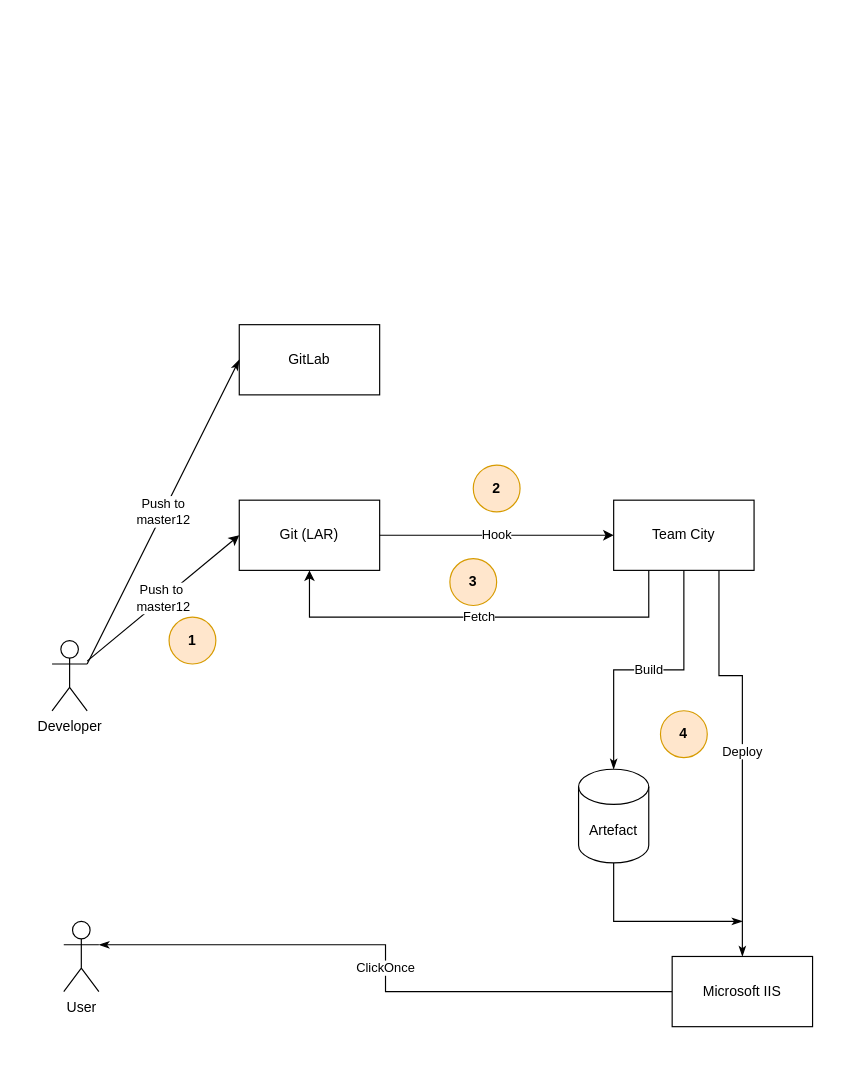
The draw.io diagram TSFM-build-deploy.drawio in MaxGaranin/Diagrams, before the edit. Source tidied: cells renumbered, new cells numbered last; positions are measured from the earlier drawing's top-left corner, leaving out a move shared by most shapes. Both pictures are drawn from the tidied source at 117%, with x=0, y=0 at pixel (51, 324).
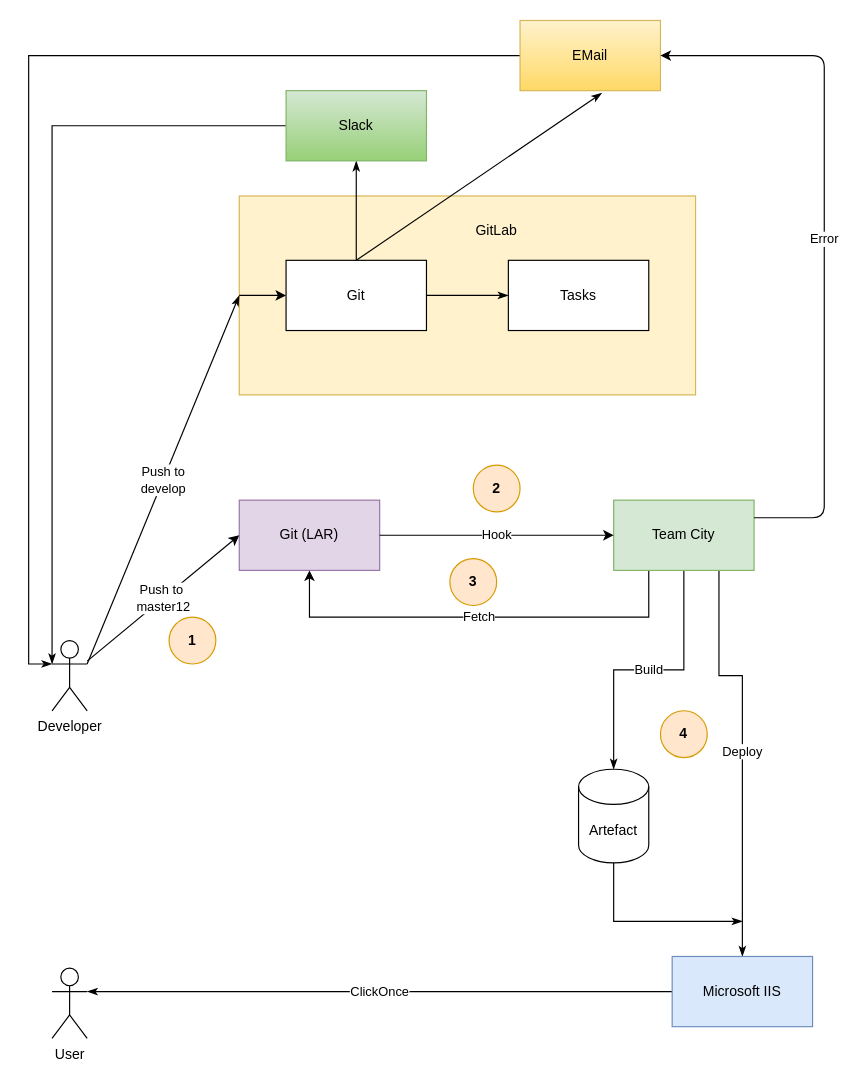
Above is the later version.

Unchanged cells that the change refers to:
```xml
<mxCell id="10" value="Developer" style="shape=umlActor;verticalLabelPosition=bottom;verticalAlign=top;html=1;outlineConnect=0;" parent="1" vertex="1">
  <mxGeometry y="270" width="30" height="60" as="geometry" />
</mxCell>
```

The edit, as a diff of the source:
```diff
@@
-    <mxCell id="2" value="Git (LAR)" style="rounded=0;whiteSpace=wrap;html=1;" parent="1" vertex="1">
+    <mxCell id="2" value="Git (LAR)" style="rounded=0;whiteSpace=wrap;html=1;fillColor=#e1d5e7;strokeColor=#9673a6;" parent="1" vertex="1">
       <mxGeometry x="160" y="150" width="120" height="60" as="geometry" />
     </mxCell>
@@
-    <mxCell id="6" value="Team City" style="rounded=0;whiteSpace=wrap;html=1;" parent="1" vertex="1">
+    <mxCell id="6" value="Team City" style="rounded=0;whiteSpace=wrap;html=1;fillColor=#d5e8d4;strokeColor=#82b366;" parent="1" vertex="1">
       <mxGeometry x="480" y="150" width="120" height="60" as="geometry" />
     </mxCell>
@@
+    <mxCell id="21" style="edgeStyle=none;rounded=0;jettySize=auto;html=1;exitX=0;exitY=0.5;exitDx=0;exitDy=0;entryX=0;entryY=0.5;entryDx=0;entryDy=0;startArrow=none;startFill=0;endArrow=classicThin;endFill=1;" parent="1" edge="1" source="8" target="25">
+      <mxGeometry relative="1" as="geometry" />
+    </mxCell>
-    <mxCell id="8" value="GitLab" style="rounded=0;whiteSpace=wrap;html=1;" parent="1" vertex="1">
-      <mxGeometry x="160" width="120" height="60" as="geometry" />
+    <mxCell id="8" style="rounded=0;whiteSpace=wrap;html=1;fillColor=#fff2cc;strokeColor=#d6b656;" parent="1" vertex="1">
+      <mxGeometry x="160" y="-110" width="390" height="170" as="geometry" />
     </mxCell>
-    <mxCell id="9" value="Push to&lt;br&gt;master12" style="rounded=0;jettySize=auto;html=1;entryX=0;entryY=0.5;entryDx=0;entryDy=0;startArrow=none;startFill=0;endArrow=classicThin;endFill=1;exitX=1;exitY=0.3333333333333333;exitDx=0;exitDy=0;exitPerimeter=0;" parent="1" edge="1" source="10" target="8">
+    <mxCell id="9" value="Push to&lt;br&gt;develop" style="rounded=0;jettySize=auto;html=1;entryX=0;entryY=0.5;entryDx=0;entryDy=0;startArrow=none;startFill=0;endArrow=classicThin;endFill=1;exitX=1;exitY=0.3333333333333333;exitDx=0;exitDy=0;exitPerimeter=0;" parent="1" edge="1" source="10" target="8">
       <mxGeometry relative="1" as="geometry" />
     </mxCell>
@@
-    <mxCell id="18" value="Microsoft IIS" style="rounded=0;whiteSpace=wrap;html=1;" parent="1" vertex="1">
+    <mxCell id="18" value="Microsoft IIS" style="rounded=0;whiteSpace=wrap;html=1;fillColor=#dae8fc;strokeColor=#6c8ebf;" parent="1" vertex="1">
       <mxGeometry x="530" y="540" width="120" height="60" as="geometry" />
     </mxCell>
@@
     <mxCell id="20" value="User" style="shape=umlActor;verticalLabelPosition=bottom;verticalAlign=top;html=1;outlineConnect=0;" parent="1" vertex="1">
-      <mxGeometry x="10" y="510" width="30" height="60" as="geometry" />
+      <mxGeometry y="550" width="30" height="60" as="geometry" />
     </mxCell>
+    <mxCell id="22" style="edgeStyle=none;rounded=0;jettySize=auto;html=1;exitX=1;exitY=0.5;exitDx=0;exitDy=0;entryX=0;entryY=0.5;entryDx=0;entryDy=0;startArrow=none;startFill=0;endArrow=classicThin;endFill=1;" parent="1" edge="1" source="25" target="26">
+      <mxGeometry relative="1" as="geometry" />
+    </mxCell>
+    <mxCell id="23" style="edgeStyle=none;rounded=0;jettySize=auto;html=1;exitX=0.5;exitY=0;exitDx=0;exitDy=0;entryX=0.583;entryY=1.033;entryDx=0;entryDy=0;entryPerimeter=0;startArrow=none;startFill=0;endArrow=classicThin;endFill=1;" parent="1" edge="1" source="25" target="30">
+      <mxGeometry relative="1" as="geometry" />
+    </mxCell>
+    <mxCell id="24" style="edgeStyle=none;rounded=0;jettySize=auto;html=1;exitX=0.5;exitY=0;exitDx=0;exitDy=0;entryX=0.5;entryY=1;entryDx=0;entryDy=0;startArrow=none;startFill=0;endArrow=classicThin;endFill=1;" parent="1" edge="1" source="25" target="32">
+      <mxGeometry relative="1" as="geometry" />
+    </mxCell>
+    <mxCell id="25" value="Git" style="rounded=0;whiteSpace=wrap;html=1;" parent="1" vertex="1">
+      <mxGeometry x="200" y="-55" width="120" height="60" as="geometry" />
+    </mxCell>
+    <mxCell id="26" value="Tasks" style="rounded=0;whiteSpace=wrap;html=1;" parent="1" vertex="1">
+      <mxGeometry x="390" y="-55" width="120" height="60" as="geometry" />
+    </mxCell>
+    <mxCell id="27" value="GitLab" style="text;html=1;strokeColor=none;fillColor=none;align=center;verticalAlign=middle;whiteSpace=wrap;rounded=0;" parent="1" vertex="1">
+      <mxGeometry x="360" y="-90" width="40" height="20" as="geometry" />
+    </mxCell>
+    <mxCell id="28" style="endArrow=classic;html=1;exitX=0;exitY=0.5;exitDx=0;exitDy=0;entryX=0;entryY=0.5;entryDx=0;entryDy=0;" parent="1" edge="1" source="8" target="25">
+      <mxGeometry relative="1" as="geometry" />
+    </mxCell>
+    <mxCell id="29" style="edgeStyle=orthogonalEdgeStyle;rounded=0;jettySize=auto;html=1;exitX=0;exitY=0.5;exitDx=0;exitDy=0;startArrow=none;startFill=0;endArrow=classicThin;endFill=1;entryX=0;entryY=0.3333333333333333;entryDx=0;entryDy=0;entryPerimeter=0;" parent="1" edge="1" source="30" target="10">
+      <mxGeometry relative="1" as="geometry" />
+    </mxCell>
+    <mxCell id="30" value="EMail" style="rounded=0;whiteSpace=wrap;html=1;gradientColor=#ffd966;fillColor=#fff2cc;strokeColor=#d6b656;" parent="1" vertex="1">
+      <mxGeometry x="400" y="-260" width="120" height="60" as="geometry" />
+    </mxCell>
+    <mxCell id="31" style="edgeStyle=orthogonalEdgeStyle;rounded=0;jettySize=auto;html=1;exitX=0;exitY=0.5;exitDx=0;exitDy=0;startArrow=none;startFill=0;endArrow=classicThin;endFill=1;" parent="1" edge="1" source="32">
+      <mxGeometry relative="1" as="geometry">
+        <mxPoint y="290" as="targetPoint" />
+        <Array as="points">
+          <mxPoint y="-170" />
+          <mxPoint y="290" />
+        </Array>
+      </mxGeometry>
+    </mxCell>
+    <mxCell id="32" value="Slack" style="rounded=0;whiteSpace=wrap;html=1;gradientColor=#97d077;fillColor=#d5e8d4;strokeColor=#82b366;" parent="1" vertex="1">
+      <mxGeometry x="200" y="-200" width="120" height="60" as="geometry" />
+    </mxCell>
+    <mxCell id="33" value="Error" style="endArrow=classic;html=1;exitX=1;exitY=0.25;exitDx=0;exitDy=0;edgeStyle=orthogonalEdgeStyle;entryX=1;entryY=0.5;entryDx=0;entryDy=0;" parent="1" edge="1" source="6" target="30">
+      <mxGeometry relative="1" as="geometry">
+        <Array as="points">
+          <mxPoint x="660" y="165" />
+          <mxPoint x="660" y="-230" />
+        </Array>
+      </mxGeometry>
+    </mxCell>
```
